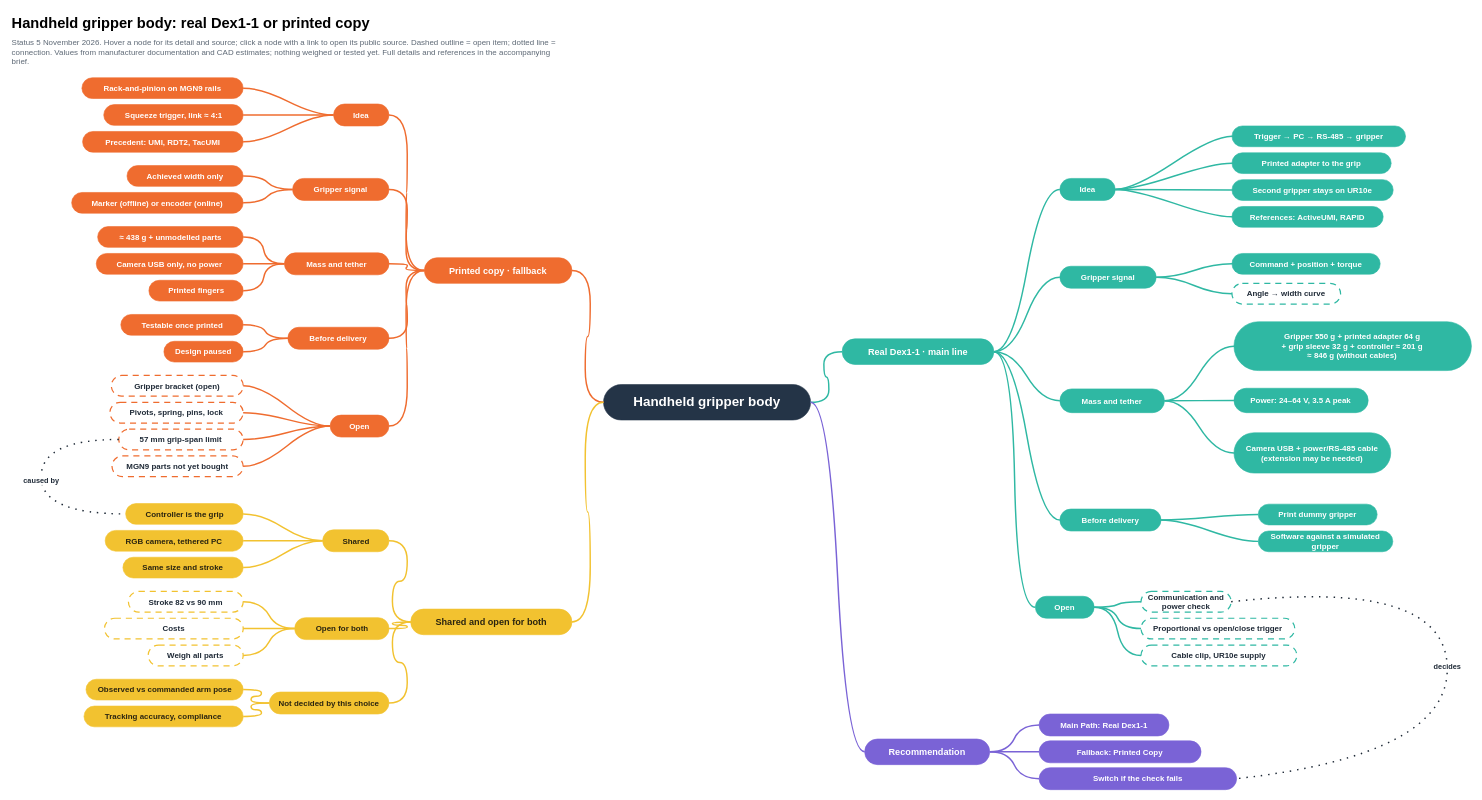
Before: Agent/External/2026-11-05 Supervisor map gripper choice.drawio in EfekTyndall/msc-thesis-vault, a draw.io diagram. Source tidied: cells renumbered, new cells numbered last; positions are measured from the earlier drawing's top-left corner, leaving out a move shared by most shapes. Both pictures are drawn from the tidied source at 61%, with x=0, y=0 at pixel (10, 10).
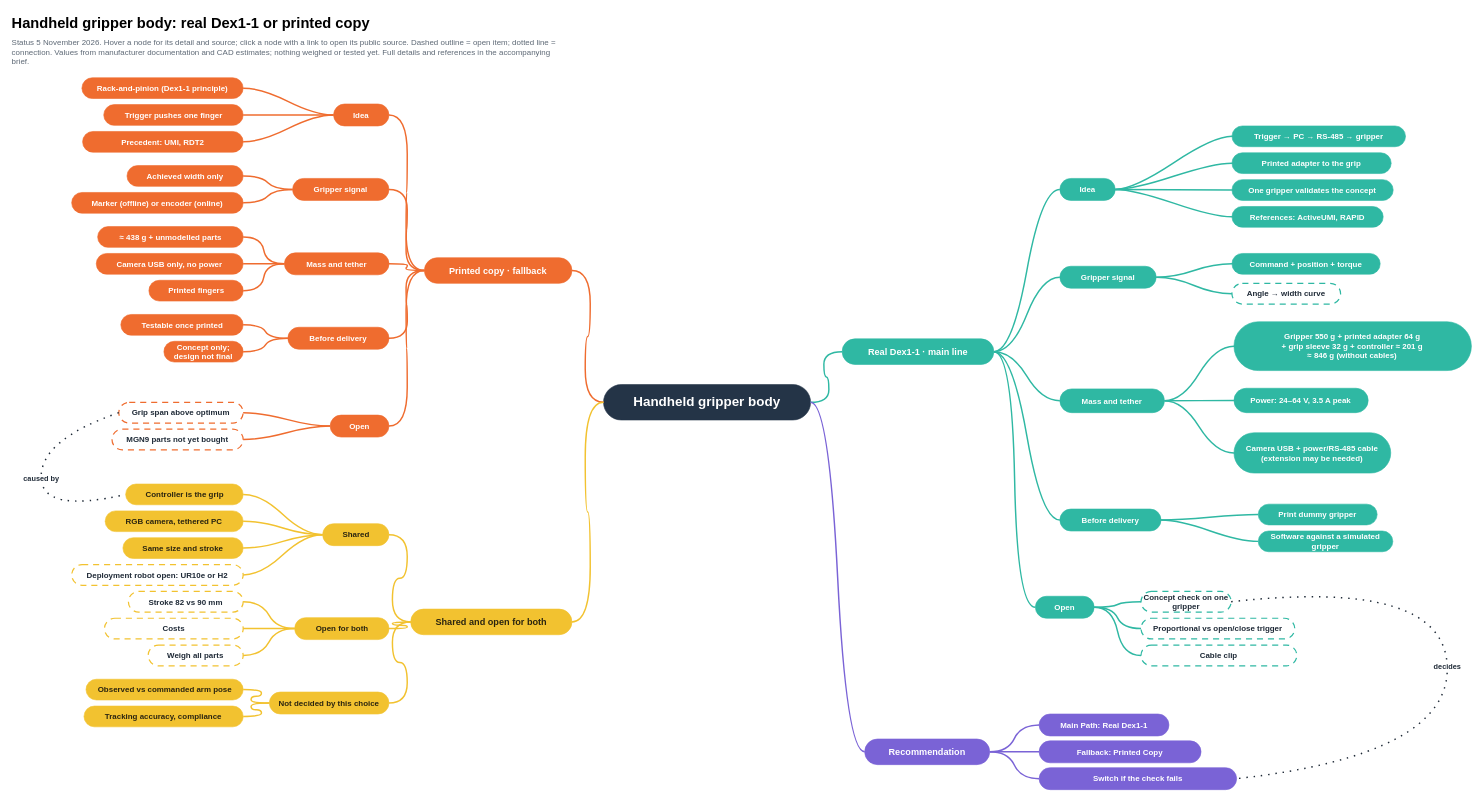
The same page after the edit.

Commit message:
Supervisor map: match the revised brief

Printed copy at concept level (rack-and-pinion, trigger pushes one finger,
design not final; CAD-detail nodes removed); one gripper validates the concept;
deployment robot (UR10e or H2) as an open shared node; concept check, grip force,
grip span and 35° tilt worded as in the brief.

Claude-Session: https://claude.ai/code/session_018v7Xcd99zxBSUygiNfBuMq

The change refers to these unchanged cells:
```xml
<mxCell id="44" value="Open" style="rounded=1;arcSize=50;whiteSpace=wrap;html=1;fillColor=#ef6c2f;strokeColor=#ef6c2f;fontColor=#ffffff;fontFamily=Helvetica;fontStyle=1;fontSize=13;" parent="1" vertex="1">
  <mxGeometry x="523.8" y="663" width="96.3" height="36" as="geometry" />
</mxCell>
```

Diff of the diagram source:
```diff
@@
-    <mxCell id="9" value="Second gripper stays on UR10e" style="rounded=1;arcSize=50;whiteSpace=wrap;html=1;fillColor=#2fb8a3;strokeColor=#2fb8a3;fontColor=#ffffff;fontFamily=Helvetica;fontStyle=1;fontSize=13;" parent="1" vertex="1">
+    <mxCell id="9" value="One gripper validates the concept" style="rounded=1;arcSize=50;whiteSpace=wrap;html=1;fillColor=#2fb8a3;strokeColor=#2fb8a3;fontColor=#ffffff;fontFamily=Helvetica;fontStyle=1;fontSize=13;" parent="1" vertex="1">
       <mxGeometry x="2002.1" y="277" width="264.3" height="34" as="geometry" />
     </mxCell>
@@
-    <mxCell id="22" value="Communication and power check" style="rounded=1;arcSize=50;whiteSpace=wrap;html=1;fillColor=#ffffff;strokeColor=#2fb8a3;fontColor=#1f2a37;fontFamily=Helvetica;fontStyle=1;fontSize=13;dashed=1;dashPattern=5 4;strokeWidth=2;" parent="1" vertex="1">
+    <mxCell id="22" value="Concept check on one gripper" style="rounded=1;arcSize=50;whiteSpace=wrap;html=1;fillColor=#ffffff;strokeColor=#2fb8a3;fontColor=#1f2a37;fontFamily=Helvetica;fontStyle=1;fontSize=13;dashed=1;dashPattern=5 4;strokeWidth=2;" parent="1" vertex="1">
       <mxGeometry x="1853" y="952" width="147.8" height="34" as="geometry" />
     </mxCell>
@@
-    <mxCell id="24" value="Cable clip, UR10e supply" style="rounded=1;arcSize=50;whiteSpace=wrap;html=1;fillColor=#ffffff;strokeColor=#2fb8a3;fontColor=#1f2a37;fontFamily=Helvetica;fontStyle=1;fontSize=13;dashed=1;dashPattern=5 4;strokeWidth=2;" parent="1" vertex="1">
+    <mxCell id="24" value="Cable clip" style="rounded=1;arcSize=50;whiteSpace=wrap;html=1;fillColor=#ffffff;strokeColor=#2fb8a3;fontColor=#1f2a37;fontFamily=Helvetica;fontStyle=1;fontSize=13;dashed=1;dashPattern=5 4;strokeWidth=2;" parent="1" vertex="1">
       <mxGeometry x="1853" y="1040" width="255.4" height="34" as="geometry" />
     </mxCell>
@@
-    <mxCell id="31" value="Rack-and-pinion on MGN9 rails" style="rounded=1;arcSize=50;whiteSpace=wrap;html=1;fillColor=#ef6c2f;strokeColor=#ef6c2f;fontColor=#ffffff;fontFamily=Helvetica;fontStyle=1;fontSize=13;" parent="1" vertex="1">
+    <mxCell id="31" value="Rack-and-pinion (Dex1-1 principle)" style="rounded=1;arcSize=50;whiteSpace=wrap;html=1;fillColor=#ef6c2f;strokeColor=#ef6c2f;fontColor=#ffffff;fontFamily=Helvetica;fontStyle=1;fontSize=13;" parent="1" vertex="1">
       <mxGeometry x="116.8" y="110" width="264.3" height="34" as="geometry" />
     </mxCell>
-    <mxCell id="32" value="Squeeze trigger, link ≈ 4:1" style="rounded=1;arcSize=50;whiteSpace=wrap;html=1;fillColor=#ef6c2f;strokeColor=#ef6c2f;fontColor=#ffffff;fontFamily=Helvetica;fontStyle=1;fontSize=13;" parent="1" vertex="1">
+    <mxCell id="32" value="Trigger pushes one finger" style="rounded=1;arcSize=50;whiteSpace=wrap;html=1;fillColor=#ef6c2f;strokeColor=#ef6c2f;fontColor=#ffffff;fontFamily=Helvetica;fontStyle=1;fontSize=13;" parent="1" vertex="1">
       <mxGeometry x="152.6" y="154" width="228.5" height="34" as="geometry" />
     </mxCell>
-    <mxCell id="33" value="Precedent: UMI, RDT2, TacUMI" style="rounded=1;arcSize=50;whiteSpace=wrap;html=1;fillColor=#ef6c2f;strokeColor=#ef6c2f;fontColor=#ffffff;fontFamily=Helvetica;fontStyle=1;fontSize=13;" parent="1" vertex="1">
+    <mxCell id="33" value="Precedent: UMI, RDT2" style="rounded=1;arcSize=50;whiteSpace=wrap;html=1;fillColor=#ef6c2f;strokeColor=#ef6c2f;fontColor=#ffffff;fontFamily=Helvetica;fontStyle=1;fontSize=13;" parent="1" vertex="1">
       <mxGeometry x="117.9" y="198" width="263.2" height="34" as="geometry" />
     </mxCell>
@@
-    <mxCell id="43" value="Design paused" style="rounded=1;arcSize=50;whiteSpace=wrap;html=1;fillColor=#ef6c2f;strokeColor=#ef6c2f;fontColor=#ffffff;fontFamily=Helvetica;fontStyle=1;fontSize=13;" parent="1" vertex="1">
+    <mxCell id="43" value="Concept only; design not final" style="rounded=1;arcSize=50;whiteSpace=wrap;html=1;fillColor=#ef6c2f;strokeColor=#ef6c2f;fontColor=#ffffff;fontFamily=Helvetica;fontStyle=1;fontSize=13;" parent="1" vertex="1">
       <mxGeometry x="251.2" y="542" width="129.9" height="34" as="geometry" />
     </mxCell>
@@
-    <mxCell id="45" value="Gripper bracket (open)" style="rounded=1;arcSize=50;whiteSpace=wrap;html=1;fillColor=#ffffff;strokeColor=#ef6c2f;fontColor=#1f2a37;fontFamily=Helvetica;fontStyle=1;fontSize=13;dashed=1;dashPattern=5 4;strokeWidth=2;" parent="1" vertex="1">
-      <mxGeometry x="165" y="598" width="216.2" height="34" as="geometry" />
-    </mxCell>
-    <mxCell id="46" value="Pivots, spring, pins, lock" style="rounded=1;arcSize=50;whiteSpace=wrap;html=1;fillColor=#ffffff;strokeColor=#ef6c2f;fontColor=#1f2a37;fontFamily=Helvetica;fontStyle=1;fontSize=13;dashed=1;dashPattern=5 4;strokeWidth=2;" parent="1" vertex="1">
-      <mxGeometry x="162.7" y="642" width="218.4" height="34" as="geometry" />
-    </mxCell>
-    <mxCell id="47" value="57 mm grip-span limit" style="rounded=1;arcSize=50;whiteSpace=wrap;html=1;fillColor=#ffffff;strokeColor=#ef6c2f;fontColor=#1f2a37;fontFamily=Helvetica;fontStyle=1;fontSize=13;dashed=1;dashPattern=5 4;strokeWidth=2;" parent="1" vertex="1">
-      <mxGeometry x="177.3" y="686" width="203.8" height="34" as="geometry" />
+    <mxCell id="47" value="Grip span above optimum" style="rounded=1;arcSize=50;whiteSpace=wrap;html=1;fillColor=#ffffff;strokeColor=#ef6c2f;fontColor=#1f2a37;fontFamily=Helvetica;fontStyle=1;fontSize=13;dashed=1;dashPattern=5 4;strokeWidth=2;" parent="1" vertex="1">
+      <mxGeometry x="177.3" y="642" width="203.8" height="34" as="geometry" />
     </mxCell>
     <mxCell id="48" value="MGN9 parts not yet bought" style="rounded=1;arcSize=50;whiteSpace=wrap;html=1;fillColor=#ffffff;strokeColor=#ef6c2f;fontColor=#1f2a37;fontFamily=Helvetica;fontStyle=1;fontSize=13;dashed=1;dashPattern=5 4;strokeWidth=2;" parent="1" vertex="1">
-      <mxGeometry x="166.1" y="730" width="215" height="34" as="geometry" />
+      <mxGeometry x="166.1" y="686" width="215" height="34" as="geometry" />
     </mxCell>
@@
     <mxCell id="50" value="Shared" style="rounded=1;arcSize=50;whiteSpace=wrap;html=1;fillColor=#f2c230;strokeColor=#f2c230;fontColor=#2a2410;fontFamily=Helvetica;fontStyle=1;fontSize=13;" parent="1" vertex="1">
-      <mxGeometry x="511.5" y="851" width="108.6" height="36" as="geometry" />
+      <mxGeometry x="511.5" y="841" width="108.6" height="36" as="geometry" />
     </mxCell>
     <mxCell id="51" value="Controller is the grip" style="rounded=1;arcSize=50;whiteSpace=wrap;html=1;fillColor=#f2c230;strokeColor=#f2c230;fontColor=#2a2410;fontFamily=Helvetica;fontStyle=1;fontSize=13;" parent="1" vertex="1">
-      <mxGeometry x="188.5" y="808" width="192.6" height="34" as="geometry" />
+      <mxGeometry x="188.5" y="776" width="192.6" height="34" as="geometry" />
     </mxCell>
     <mxCell id="52" value="RGB camera, tethered PC" style="rounded=1;arcSize=50;whiteSpace=wrap;html=1;fillColor=#f2c230;strokeColor=#f2c230;fontColor=#2a2410;fontFamily=Helvetica;fontStyle=1;fontSize=13;" parent="1" vertex="1">
-      <mxGeometry x="154.9" y="852" width="226.2" height="34" as="geometry" />
+      <mxGeometry x="154.9" y="820" width="226.2" height="34" as="geometry" />
     </mxCell>
     <mxCell id="53" value="Same size and stroke" style="rounded=1;arcSize=50;whiteSpace=wrap;html=1;fillColor=#f2c230;strokeColor=#f2c230;fontColor=#2a2410;fontFamily=Helvetica;fontStyle=1;fontSize=13;" parent="1" vertex="1">
-      <mxGeometry x="184" y="896" width="197.1" height="34" as="geometry" />
+      <mxGeometry x="184" y="864" width="197.1" height="34" as="geometry" />
     </mxCell>
+    <mxCell id="119" value="Deployment robot open: UR10e or H2" style="rounded=1;arcSize=50;whiteSpace=wrap;html=1;fillColor=#ffffff;strokeColor=#f2c230;fontColor=#1f2a37;fontFamily=Helvetica;fontStyle=1;fontSize=13;dashed=1;dashPattern=5 4;strokeWidth=2;" parent="1" vertex="1">
+      <mxGeometry x="100.1" y="908" width="281" height="34" as="geometry" />
+    </mxCell>
@@
-    <mxCell id="101" style="edgeStyle=entityRelationEdgeStyle;curved=1;html=1;endArrow=none;startArrow=none;strokeWidth=2.4;strokeColor=#ef6c2f;exitX=0;exitY=0.5;exitDx=0;exitDy=0;entryX=1;entryY=0.5;entryDx=0;entryDy=0;" parent="1" edge="1" source="44" target="45">
-      <mxGeometry relative="1" as="geometry" />
-    </mxCell>
-    <mxCell id="102" style="edgeStyle=entityRelationEdgeStyle;curved=1;html=1;endArrow=none;startArrow=none;strokeWidth=2.4;strokeColor=#ef6c2f;exitX=0;exitY=0.5;exitDx=0;exitDy=0;entryX=1;entryY=0.5;entryDx=0;entryDy=0;" parent="1" edge="1" source="44" target="46">
-      <mxGeometry relative="1" as="geometry" />
-    </mxCell>
@@
+    <mxCell id="120" style="edgeStyle=entityRelationEdgeStyle;curved=1;html=1;endArrow=none;startArrow=none;strokeWidth=2.4;strokeColor=#f2c230;exitX=0;exitY=0.5;exitDx=0;exitDy=0;entryX=1;entryY=0.5;entryDx=0;entryDy=0;" parent="1" edge="1" source="50" target="119">
+      <mxGeometry relative="1" as="geometry" />
+    </mxCell>
```
